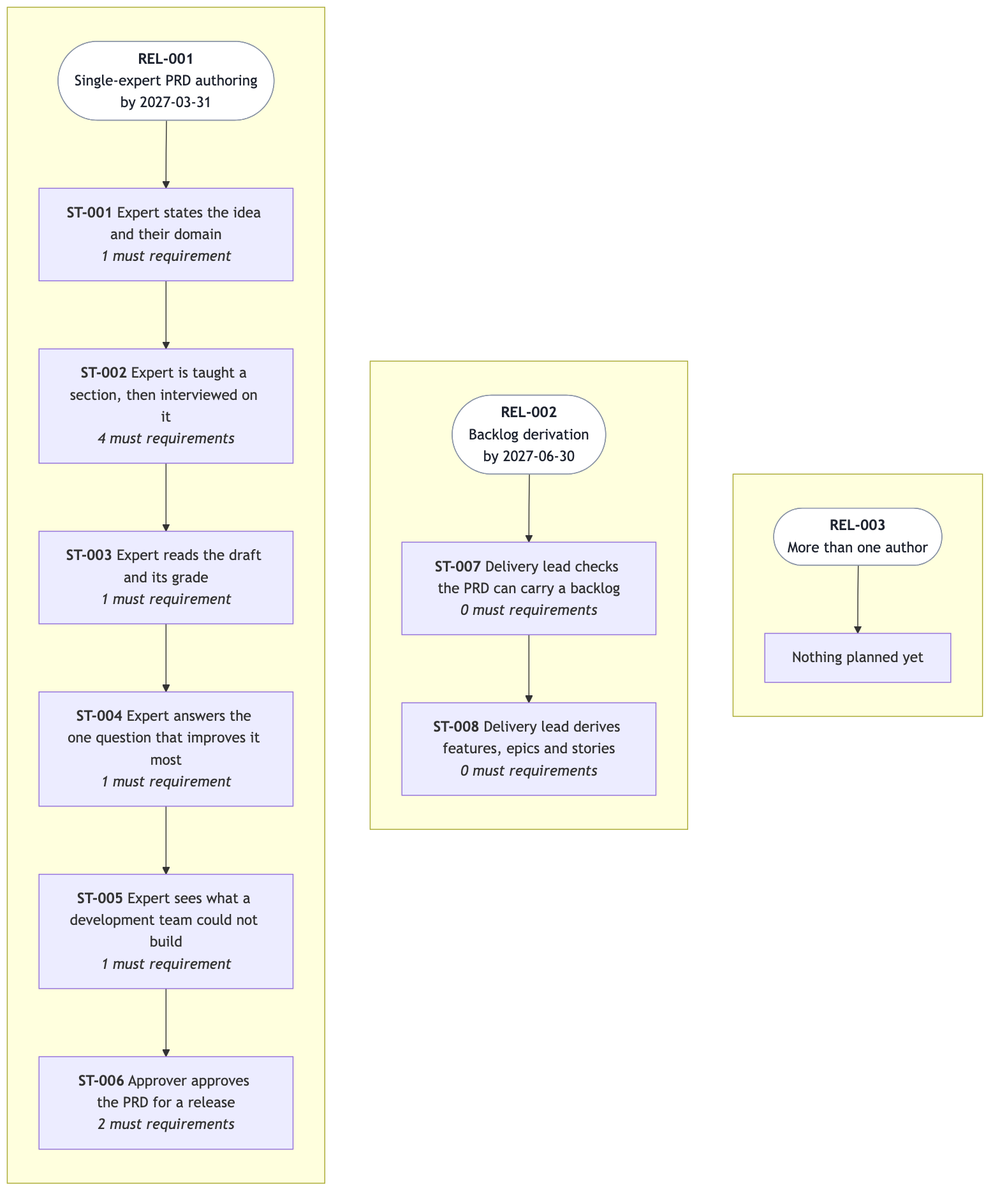
Above: docs/prd/prd-forge/diagrams/release-line.png in SpillwaveSolutions/prd-forge (Mermaid), before the change. Its source is kept beside it as docs/prd/prd-forge/diagrams/release-line.mmd.
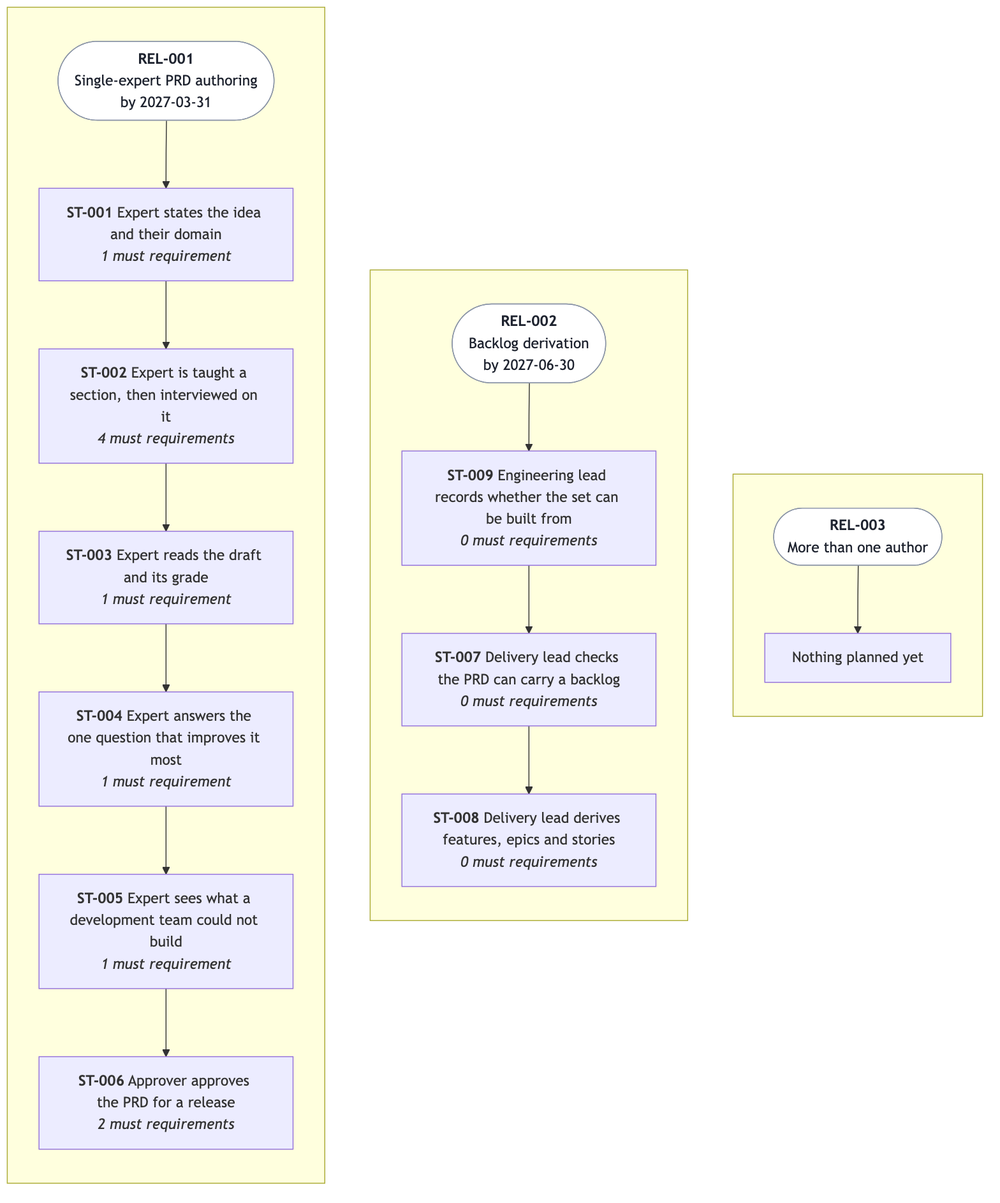
Later version of the same file.

Diff of the diagram source:
```diff
@@ -19,9 +19,11 @@
   subgraph REL002[" "]
     direction TB
     REL002head(["<b>REL-002</b><br/>Backlog derivation<br/>by 2027-06-30"])
-    REL002head --> ST007
+    REL002head --> ST009
+    ST009["<b>ST-009</b> Engineering lead records whether the set can be built from<br/><i>0 must requirements</i>"]
     ST007["<b>ST-007</b> Delivery lead checks the PRD can carry a backlog<br/><i>0 must requirements</i>"]
     ST008["<b>ST-008</b> Delivery lead derives features, epics and stories<br/><i>0 must requirements</i>"]
+    ST009 --> ST007
     ST007 --> ST008
   end
   subgraph REL003[" "]
```
